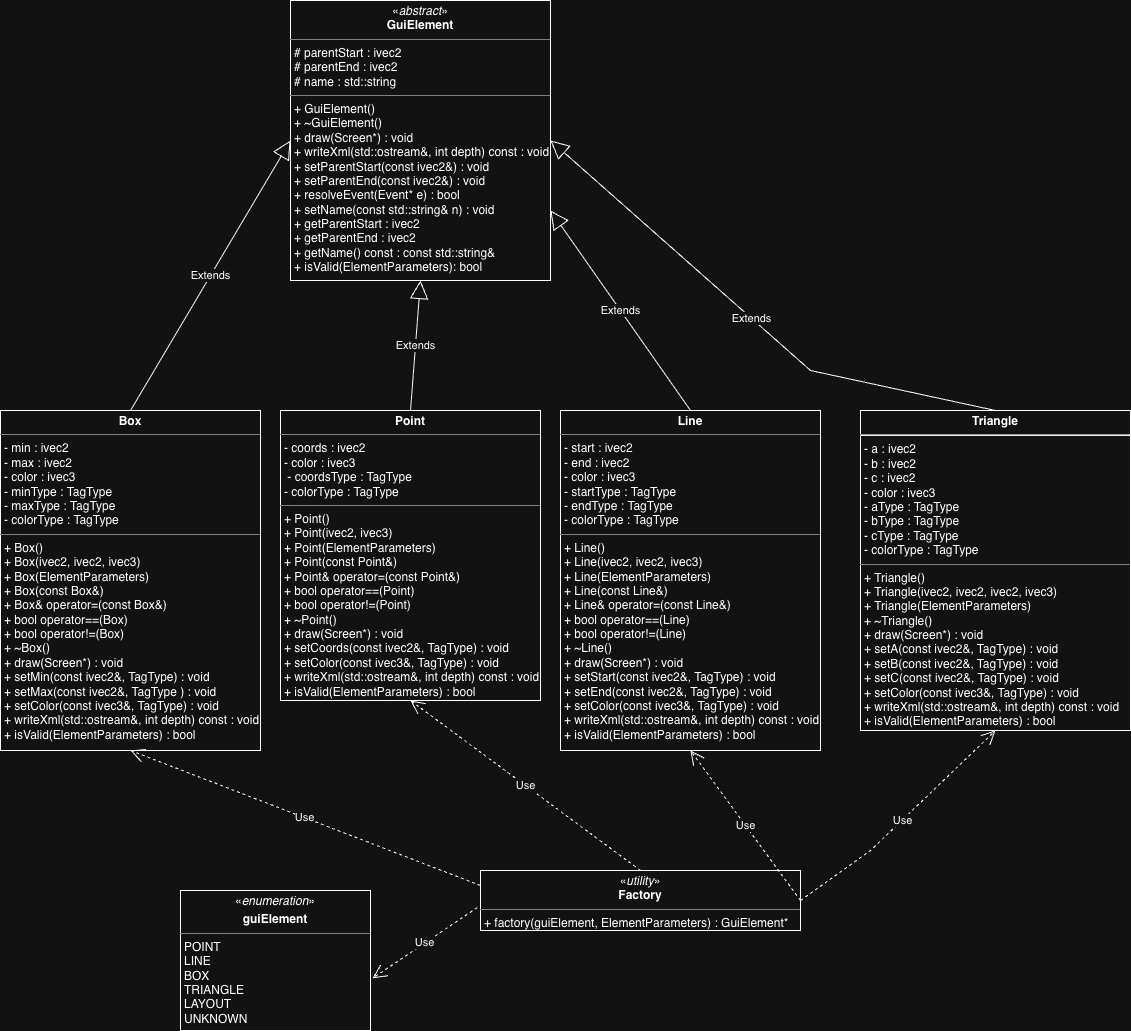
The draw.io diagram images/Milestone004_UML.png in cgreen2048/ArtHuddle, before a commit. Source tidied: cells renumbered, new cells last; positions are measured from the earlier drawing's top-left corner, leaving out a move shared by most shapes.
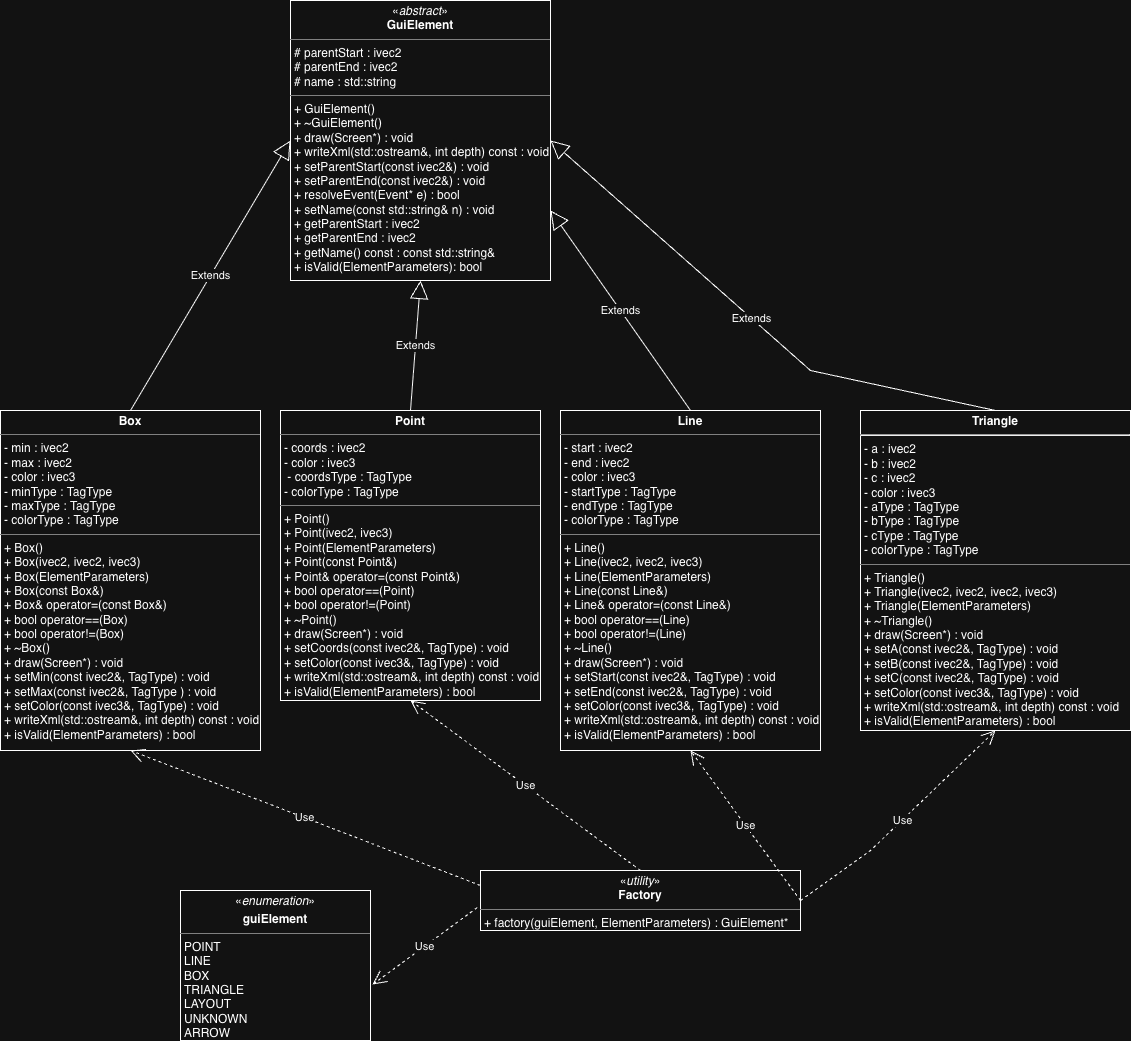
Above is the later version.

Commit message:
updated Milestone004 UML and added Arrow UML

The edit, as a diff of the source:
```diff
@@ -5,8 +5,8 @@
     <mxCell id="2" value="&lt;p style=&quot;margin:0px;margin-top:4px;text-align:center;&quot;&gt;&lt;span style=&quot;background-color: transparent; color: light-dark(rgb(0, 0, 0), rgb(255, 255, 255));&quot;&gt;«&lt;/span&gt;&lt;i&gt;abstract&lt;/i&gt;»&lt;br&gt;&lt;b&gt;GuiElement&lt;/b&gt;&lt;/p&gt;&lt;hr size=&quot;1&quot; style=&quot;border-style:solid;&quot;&gt;&lt;p style=&quot;margin:0px;margin-left:4px;&quot;&gt;&lt;span style=&quot;background-color: transparent; color: light-dark(rgb(0, 0, 0), rgb(255, 255, 255));&quot;&gt;# parentStart :&amp;nbsp;&lt;/span&gt;&lt;span style=&quot;background-color: transparent; color: light-dark(rgb(0, 0, 0), rgb(255, 255, 255));&quot;&gt;ivec2&lt;/span&gt;&lt;/p&gt;&lt;p style=&quot;margin:0px;margin-left:4px;&quot;&gt;&lt;span style=&quot;color: light-dark(rgb(0, 0, 0), rgb(255, 255, 255)); background-color: transparent;&quot;&gt;# parentEnd :&amp;nbsp;&lt;/span&gt;&lt;span style=&quot;color: light-dark(rgb(0, 0, 0), rgb(255, 255, 255)); background-color: transparent;&quot;&gt;ivec2&lt;/span&gt;&lt;/p&gt;&lt;p style=&quot;margin:0px;margin-left:4px;&quot;&gt;&lt;span style=&quot;color: light-dark(rgb(0, 0, 0), rgb(255, 255, 255)); background-color: transparent;&quot;&gt;#&amp;nbsp;&lt;/span&gt;&lt;span style=&quot;background-color: transparent;&quot;&gt;name :&amp;nbsp;&lt;/span&gt;&lt;span style=&quot;background-color: transparent; color: light-dark(rgb(0, 0, 0), rgb(255, 255, 255));&quot;&gt;std::string&lt;/span&gt;&lt;span style=&quot;background-color: transparent; color: light-dark(rgb(0, 0, 0), rgb(255, 255, 255));&quot;&gt;&amp;nbsp;&lt;/span&gt;&lt;/p&gt;&lt;hr size=&quot;1&quot; style=&quot;border-style:solid;&quot;&gt;&lt;p style=&quot;margin:0px;margin-left:4px;&quot;&gt;+&amp;nbsp;GuiElement()&lt;br&gt;+&amp;nbsp;~GuiElement()&lt;/p&gt;&lt;p style=&quot;margin:0px;margin-left:4px;&quot;&gt;+&amp;nbsp;draw(Screen*) : void&lt;/p&gt;&lt;p style=&quot;margin:0px;margin-left:4px;&quot;&gt;&lt;span style=&quot;background-color: transparent; color: light-dark(rgb(0, 0, 0), rgb(255, 255, 255));&quot;&gt;+ writeXml(std::ostream&amp;amp;, int depth) const : void&lt;/span&gt;&lt;/p&gt;&lt;p style=&quot;margin:0px;margin-left:4px;&quot;&gt;&lt;span style=&quot;white-space: pre; white-space: normal;&quot;&gt;&#9;&#9;&lt;/span&gt;&lt;/p&gt;&lt;p style=&quot;margin:0px;margin-left:4px;&quot;&gt;&lt;span style=&quot;background-color: transparent; color: light-dark(rgb(0, 0, 0), rgb(255, 255, 255));&quot;&gt;+ setParentStart(const ivec2&amp;amp;) : void&lt;/span&gt;&lt;/p&gt;&lt;p style=&quot;margin:0px;margin-left:4px;&quot;&gt;&lt;span style=&quot;white-space: normal;&quot;&gt;+ setParentEnd(const ivec2&amp;amp;) : void&lt;/span&gt;&lt;/p&gt;&lt;p style=&quot;margin:0px;margin-left:4px;&quot;&gt;&lt;span style=&quot;white-space: normal;&quot;&gt;+&amp;nbsp;&lt;/span&gt;&lt;span style=&quot;background-color: transparent;&quot;&gt;resolveEvent(Event* e) : bool&lt;/span&gt;&lt;/p&gt;&lt;p style=&quot;margin:0px;margin-left:4px;&quot;&gt;&lt;span style=&quot;white-space: normal;&quot;&gt;+&amp;nbsp;&lt;/span&gt;&lt;span style=&quot;background-color: transparent;&quot;&gt;setName(const std::string&amp;amp; n) :&amp;nbsp;&lt;/span&gt;&lt;span style=&quot;background-color: transparent; color: light-dark(rgb(0, 0, 0), rgb(255, 255, 255));&quot;&gt;void&lt;/span&gt;&lt;/p&gt;&lt;p style=&quot;margin:0px;margin-left:4px;&quot;&gt;&lt;span style=&quot;white-space: normal;&quot;&gt;+ getParentStart : ivec2&lt;/span&gt;&lt;/p&gt;&lt;p style=&quot;margin:0px;margin-left:4px;&quot;&gt;&lt;span style=&quot;white-space: normal;&quot;&gt;+ getParentEnd : ivec2&lt;/span&gt;&lt;/p&gt;&lt;p style=&quot;margin:0px;margin-left:4px;&quot;&gt;&lt;span style=&quot;white-space: normal;&quot;&gt;+&amp;nbsp;&lt;/span&gt;&lt;span style=&quot;background-color: transparent;&quot;&gt;getName() const :&amp;nbsp;&lt;/span&gt;&lt;span style=&quot;background-color: transparent;&quot;&gt;const std::string&amp;amp;&lt;/span&gt;&lt;/p&gt;&lt;p style=&quot;margin:0px;margin-left:4px;&quot;&gt;&lt;span style=&quot;background-color: transparent;&quot;&gt;+ isValid(ElementParameters): bool&lt;/span&gt;&lt;/p&gt;&lt;p style=&quot;margin:0px;margin-left:4px;&quot;&gt;&lt;br&gt;&lt;/p&gt;" style="verticalAlign=top;align=left;overflow=fill;html=1;whiteSpace=wrap;" parent="1" vertex="1">
       <mxGeometry x="290" width="260" height="280" as="geometry" />
     </mxCell>
-    <mxCell id="3" value="&lt;p style=&quot;margin:0px;margin-top:4px;text-align:center;&quot;&gt;«&lt;i&gt;enumeration&lt;/i&gt;»&lt;br&gt;&lt;/p&gt;&lt;p style=&quot;margin:0px;margin-top:4px;text-align:center;&quot;&gt;&lt;b&gt;guiElement&lt;/b&gt;&lt;/p&gt;&lt;hr size=&quot;1&quot; style=&quot;border-style:solid;&quot;&gt;&lt;p style=&quot;margin:0px;margin-left:4px;&quot;&gt;POINT&lt;br&gt;LINE&lt;/p&gt;&lt;p style=&quot;margin:0px;margin-left:4px;&quot;&gt;BOX&lt;/p&gt;&lt;p style=&quot;margin:0px;margin-left:4px;&quot;&gt;TRIANGLE&lt;/p&gt;&lt;p style=&quot;margin:0px;margin-left:4px;&quot;&gt;LAYOUT&lt;/p&gt;&lt;p style=&quot;margin:0px;margin-left:4px;&quot;&gt;UNKNOWN&lt;/p&gt;" style="verticalAlign=top;align=left;overflow=fill;html=1;whiteSpace=wrap;" parent="1" vertex="1">
-      <mxGeometry x="180" y="890" width="190" height="140" as="geometry" />
+    <mxCell id="3" value="&lt;p style=&quot;margin:0px;margin-top:4px;text-align:center;&quot;&gt;«&lt;i&gt;enumeration&lt;/i&gt;»&lt;br&gt;&lt;/p&gt;&lt;p style=&quot;margin:0px;margin-top:4px;text-align:center;&quot;&gt;&lt;b&gt;guiElement&lt;/b&gt;&lt;/p&gt;&lt;hr size=&quot;1&quot; style=&quot;border-style:solid;&quot;&gt;&lt;p style=&quot;margin:0px;margin-left:4px;&quot;&gt;POINT&lt;br&gt;LINE&lt;/p&gt;&lt;p style=&quot;margin:0px;margin-left:4px;&quot;&gt;BOX&lt;/p&gt;&lt;p style=&quot;margin:0px;margin-left:4px;&quot;&gt;TRIANGLE&lt;/p&gt;&lt;p style=&quot;margin:0px;margin-left:4px;&quot;&gt;LAYOUT&lt;/p&gt;&lt;p style=&quot;margin:0px;margin-left:4px;&quot;&gt;UNKNOWN&lt;/p&gt;&lt;p style=&quot;margin:0px;margin-left:4px;&quot;&gt;ARROW&lt;/p&gt;" style="verticalAlign=top;align=left;overflow=fill;html=1;whiteSpace=wrap;" parent="1" vertex="1">
+      <mxGeometry x="180" y="890" width="190" height="150" as="geometry" />
     </mxCell>
     <mxCell id="4" value="&lt;p style=&quot;margin:0px;margin-top:4px;text-align:center;&quot;&gt;&lt;span style=&quot;background-color: transparent; color: light-dark(rgb(0, 0, 0), rgb(255, 255, 255));&quot;&gt;«&lt;/span&gt;&lt;i&gt;utility&lt;/i&gt;»&lt;br&gt;&lt;b&gt;Factory&lt;/b&gt;&lt;/p&gt;&lt;hr size=&quot;1&quot; style=&quot;border-style:solid;&quot;&gt;&lt;p style=&quot;margin:0px;margin-left:4px;&quot;&gt;+ factory(guiElement, ElementParameters) : GuiElement*&lt;br&gt;&lt;br&gt;&lt;/p&gt;&lt;p style=&quot;margin:0px;margin-left:4px;&quot;&gt;&lt;br&gt;&lt;/p&gt;" style="verticalAlign=top;align=left;overflow=fill;html=1;whiteSpace=wrap;" parent="1" vertex="1">
       <mxGeometry x="480" y="870" width="320" height="60" as="geometry" />
```
